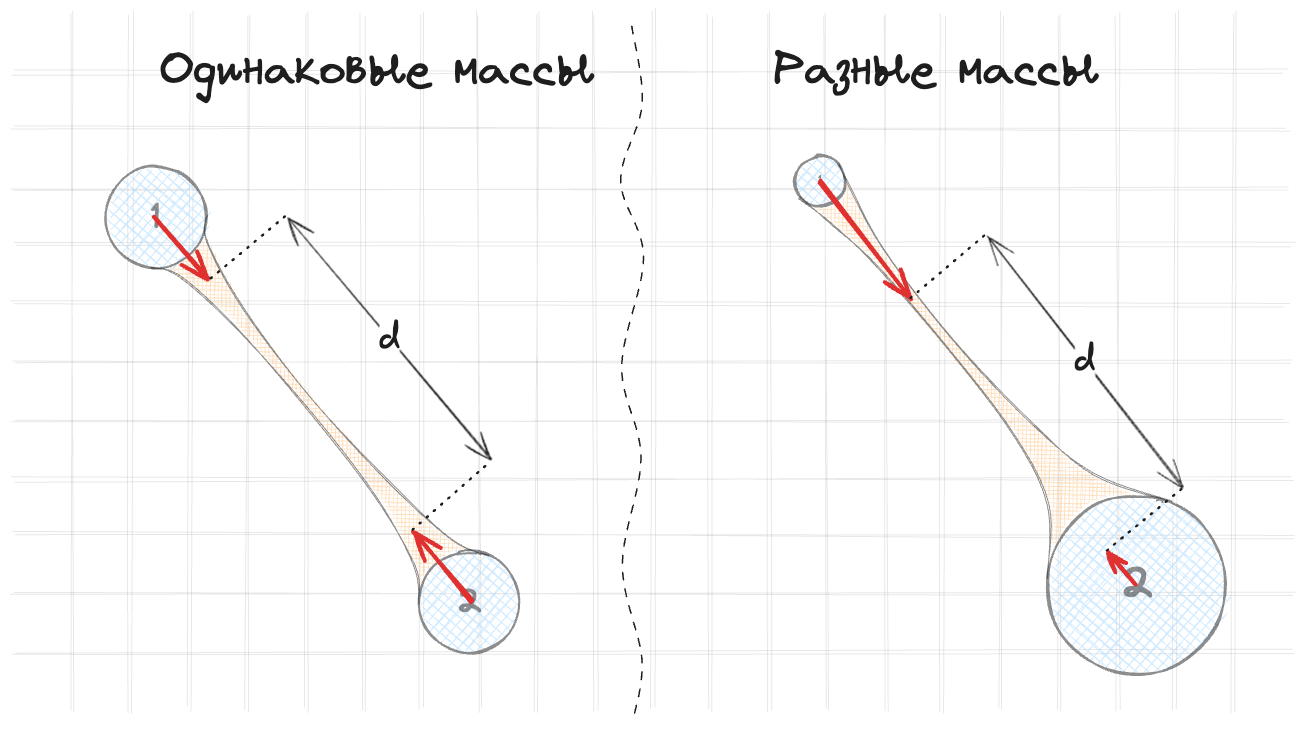
kozakromch/game_physics_2 keeps this Excalidraw diagram as assets/images/constraints/hitman/stretch_relax.excalidraw.png. Above is the earlier version. Source tidied: one line per element, renumbered; positions are measured from the earlier drawing's top-left corner, leaving out a move shared by most shapes.
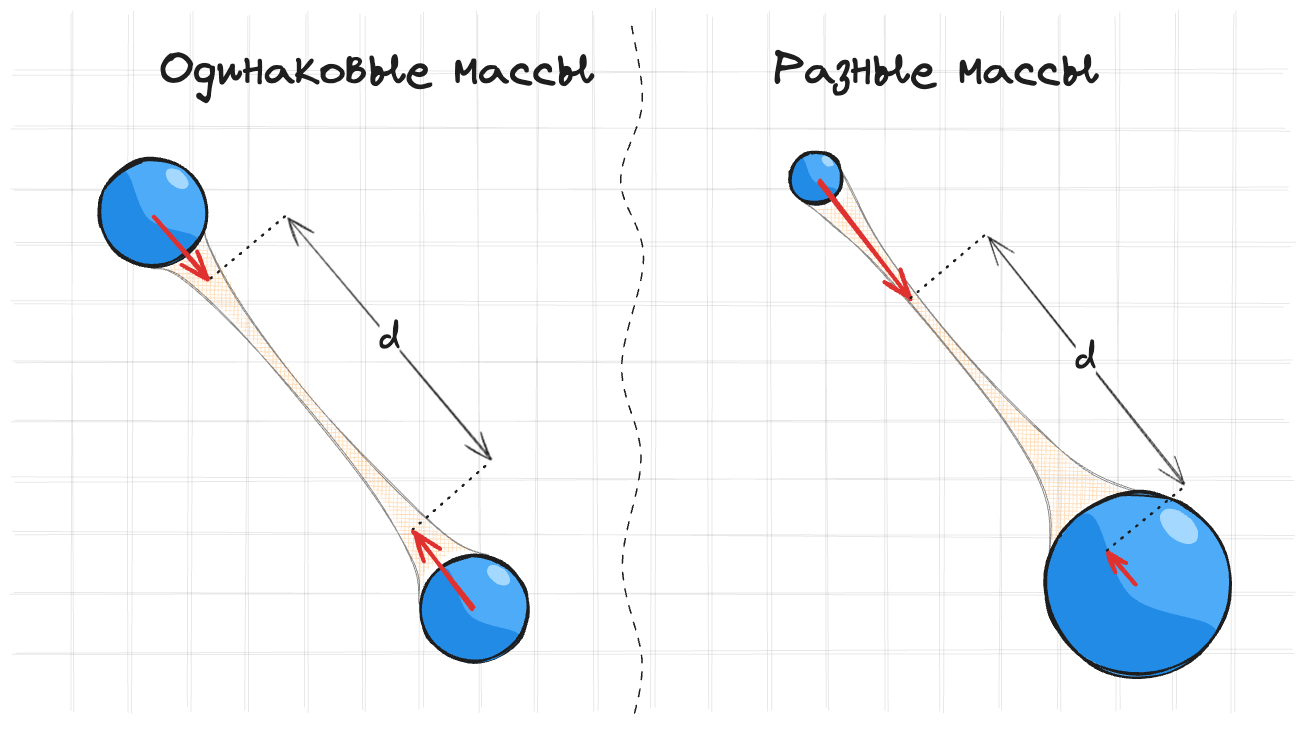
The same file after the commit.

Diff of the diagram source:
```diff
@@ -32,30 +32,38 @@
 {"id": 31, "type": "line", "strokeColor": "#1e1e1e", "angle": 1.57, "strokeWidth": 1, "roughness": 2, "opacity": 10, "round": true, "x": 697, "y": 335, "width": 697, "height": 0, "points": [[0, 0], [697, 0]]}
 {"id": 32, "type": "line", "strokeColor": "#1e1e1e", "angle": 1.57, "strokeWidth": 1, "roughness": 2, "opacity": 10, "round": true, "x": 987, "y": 335, "width": 696, "height": 0, "points": [[0, 0], [696, 0]]}
 {"id": 33, "type": "line", "strokeColor": "#1e1e1e", "strokeWidth": 1, "strokeStyle": "dashed", "roughness": 1, "round": true, "x": 908, "y": 0, "width": 21, "height": 693, "points": [[0, 0], [11, 77], [-11, 154], [11, 231], [-11, 339], [9, 431], [-11, 539], [11, 631], [0, 693]]}
-{"id": 34, "type": "ellipse", "strokeColor": "#1e1e1e", "backgroundColor": "#a5d8ff", "fillStyle": "cross-hatch", "strokeWidth": 2, "roughness": 1, "opacity": 50, "round": true, "x": 381, "y": 139, "width": 101, "height": 101}
-{"id": 35, "type": "text", "text": "1", "strokeColor": "#1e1e1e", "strokeWidth": 2, "roughness": 1, "opacity": 50, "fontSize": 36, "fontFamily": 1, "textAlign": "center", "verticalAlign": "middle", "inside": 34, "x": 427, "y": 168, "width": 10, "height": 45}
 {"id": 36, "type": "line", "strokeColor": "#1e1e1e", "strokeWidth": 1, "roughness": 1, "opacity": 50, "round": true, "x": 426, "y": 242, "width": 269, "height": 333, "points": [[0, 0], [30, 8], [85, 59], [158, 142], [224, 226], [264, 296], [269, 333]]}
-{"id": 37, "type": "ellipse", "strokeColor": "#1e1e1e", "backgroundColor": "#a5d8ff", "fillStyle": "cross-hatch", "strokeWidth": 2, "roughness": 1, "opacity": 50, "round": true, "x": 694, "y": 524, "width": 101, "height": 101}
-{"id": 38, "type": "text", "text": "2", "strokeColor": "#1e1e1e", "strokeWidth": 2, "roughness": 1, "opacity": 50, "fontSize": 36, "fontFamily": 1, "textAlign": "center", "verticalAlign": "middle", "inside": 37, "x": 732, "y": 553, "width": 26, "height": 45}
 {"id": 39, "type": "line", "strokeColor": "#1e1e1e", "angle": 0.25, "strokeWidth": 1, "roughness": 1, "opacity": 50, "round": true, "x": 803, "y": 488, "width": 357, "height": 258, "points": [[0, 0], [-40, -6], [-113, -47], [-211, -108], [-298, -178], [-351, -233], [-357, -258]]}
 {"id": 40, "type": "arrow", "strokeColor": "#1e1e1e", "backgroundColor": "#a5d8ff", "fillStyle": "cross-hatch", "strokeWidth": 1, "roughness": 1, "startArrowhead": "arrow", "endArrowhead": "arrow", "round": true, "x": 564, "y": 191, "width": 203, "height": 241, "points": [[0, 0], [203, 241]]}
 {"id": 41, "type": "text", "text": "d", "strokeColor": "#1e1e1e", "backgroundColor": "#a5d8ff", "fillStyle": "cross-hatch", "strokeWidth": 1, "strokeStyle": "dotted", "roughness": 1, "fontSize": 36, "fontFamily": 1, "textAlign": "center", "verticalAlign": "middle", "inside": 40, "x": 610, "y": 307, "width": 20, "height": 45}
-{"id": 42, "type": "arrow", "strokeColor": "#e03131", "strokeWidth": 4, "roughness": 1, "endArrowhead": "arrow", "round": true, "x": 749, "y": 574, "width": 59, "height": 68, "points": [[0, 0], [-59, -68]]}
-{"id": 43, "type": "arrow", "strokeColor": "#e03131", "strokeWidth": 4, "roughness": 1, "endArrowhead": "arrow", "round": true, "x": 430, "y": 189, "width": 54, "height": 63, "points": [[0, 0], [54, 63]]}
 {"id": 44, "type": "line", "strokeColor": "#1e1e1e", "backgroundColor": "#a5d8ff", "fillStyle": "cross-hatch", "strokeWidth": 2, "strokeStyle": "dotted", "roughness": 1, "round": true, "x": 487, "y": 252, "width": 75, "height": 62, "points": [[0, 0], [75, -62]]}
 {"id": 45, "type": "line", "strokeColor": "#1e1e1e", "backgroundColor": "#a5d8ff", "fillStyle": "cross-hatch", "strokeWidth": 2, "strokeStyle": "dotted", "roughness": 1, "round": true, "x": 688, "y": 502, "width": 80, "height": 67, "points": [[0, 0], [80, -67]]}
 {"id": 46, "type": "line", "strokeColor": "transparent", "angle": 0.88, "backgroundColor": "#ffa94d", "fillStyle": "cross-hatch", "strokeWidth": 1, "roughness": 1, "opacity": 40, "x": 1220, "y": 329, "width": 430, "height": 103, "points": [[0, 0], [89, -3], [165, -14], [203, -26], [236, -44], [213, -18], [206, 6], [207, 30], [221, 59], [183, 31], [101, 12], [-128, 11], [-195, 22], [-188, 15], [-184, 4], [-185, -8], [-194, -18], [-123, -2], [0, 0]]}
-{"id": 47, "type": "ellipse", "strokeColor": "#1e1e1e", "backgroundColor": "#a5d8ff", "fillStyle": "cross-hatch", "strokeWidth": 2, "roughness": 1, "opacity": 50, "round": true, "x": 1071, "y": 129, "width": 51, "height": 51}
-{"id": 48, "type": "text", "text": "1", "strokeColor": "#1e1e1e", "strokeWidth": 2, "roughness": 1, "opacity": 50, "fontSize": 15.1, "fontFamily": 1, "textAlign": "center", "verticalAlign": "middle", "inside": 47, "x": 1094, "y": 145, "width": 4, "height": 19}
 {"id": 49, "type": "line", "strokeColor": "#1e1e1e", "strokeWidth": 1, "roughness": 1, "opacity": 50, "round": true, "x": 1075, "y": 171, "width": 250, "height": 381, "points": [[0, 0], [32, 27], [77, 68], [149, 151], [214, 236], [250, 308], [247, 381]]}
-{"id": 50, "type": "ellipse", "strokeColor": "#1e1e1e", "backgroundColor": "#a5d8ff", "fillStyle": "cross-hatch", "strokeWidth": 2, "roughness": 1, "opacity": 50, "round": true, "x": 1323, "y": 469, "width": 179, "height": 179}
-{"id": 51, "type": "text", "text": "2", "strokeColor": "#1e1e1e", "strokeWidth": 2, "roughness": 1, "opacity": 50, "fontSize": 46.8, "fontFamily": 1, "textAlign": "center", "verticalAlign": "middle", "inside": 50, "x": 1396, "y": 529, "width": 33, "height": 58}
 {"id": 52, "type": "line", "strokeColor": "#1e1e1e", "angle": 0.25, "strokeWidth": 1, "roughness": 1, "opacity": 50, "round": true, "x": 1484, "y": 427, "width": 407, "height": 244, "points": [[0, 0], [-82, -6], [-156, -43], [-254, -104], [-342, -172], [-391, -229], [-407, -244]]}
+{"id": 61, "type": "ellipse", "strokeColor": "#1e1e1e", "angle": 4.84, "backgroundColor": "#4dabf7", "fillStyle": "solid", "strokeWidth": 2, "roughness": 1, "x": 1322, "y": 465, "width": 185, "height": 185}
+{"id": 62, "type": "line", "strokeColor": "transparent", "angle": 0.53, "backgroundColor": "#228be6", "fillStyle": "solid", "strokeWidth": 1, "roughness": 0, "round": true, "x": 1390, "y": 644, "width": 182, "height": 126, "points": [[0, 0], [-31, -9], [-54, -26], [-73, -54], [-79, -94], [-62, -126], [10, -76], [91, -91], [103, -80], [92, -46], [74, -22], [42, -4], [0, 0]]}
+{"id": 63, "type": "ellipse", "strokeColor": "#a5d8ff", "angle": 0.7, "backgroundColor": "#a5d8ff", "fillStyle": "solid", "strokeWidth": 1, "roughness": 1, "round": true, "x": 1434, "y": 487, "width": 43, "height": 24}
+{"id": 64, "type": "ellipse", "strokeColor": "#1e1e1e", "strokeWidth": 2, "roughness": 1, "round": true, "x": 1322, "y": 467, "width": 185, "height": 181}
-{"id": 53, "type": "arrow", "strokeColor": "#1e1e1e", "backgroundColor": "#a5d8ff", "fillStyle": "cross-hatch", "strokeWidth": 1, "roughness": 1, "startArrowhead": "arrow", "endArrowhead": "arrow", "round": true, "to": 50, "x": 1264, "y": 209, "width": 195, "height": 250, "points": [[0, 0], [195, 250]]}
+{"id": 53, "type": "arrow", "strokeColor": "#1e1e1e", "backgroundColor": "#a5d8ff", "fillStyle": "cross-hatch", "strokeWidth": 1, "roughness": 1, "startArrowhead": "arrow", "endArrowhead": "arrow", "round": true, "to": 61, "x": 1264, "y": 209, "width": 197, "height": 246, "points": [[0, 0], [197, 246]]}
 {"id": 54, "type": "text", "text": "d", "strokeColor": "#1e1e1e", "backgroundColor": "#a5d8ff", "fillStyle": "cross-hatch", "strokeWidth": 1, "strokeStyle": "dotted", "roughness": 1, "fontSize": 36, "fontFamily": 1, "textAlign": "center", "verticalAlign": "middle", "inside": 53, "x": 652, "y": 546, "width": 20, "height": 45}
+{"id": 65, "type": "ellipse", "strokeColor": "#1e1e1e", "angle": 4.84, "backgroundColor": "#4dabf7", "fillStyle": "solid", "strokeWidth": 2, "roughness": 1, "x": 1066, "y": 124, "width": 53, "height": 53}
+{"id": 66, "type": "line", "strokeColor": "transparent", "angle": 0.53, "backgroundColor": "#228be6", "fillStyle": "solid", "strokeWidth": 1, "roughness": 0, "round": true, "x": 1085, "y": 175, "width": 52, "height": 36, "points": [[0, 0], [-9, -2], [-15, -7], [-21, -15], [-22, -27], [-18, -36], [3, -22], [26, -26], [29, -23], [26, -13], [21, -6], [12, -1], [0, 0]]}
+{"id": 67, "type": "ellipse", "strokeColor": "#a5d8ff", "angle": 0.7, "backgroundColor": "#a5d8ff", "fillStyle": "solid", "strokeWidth": 1, "roughness": 1, "round": true, "x": 1098, "y": 131, "width": 12, "height": 7}
+{"id": 68, "type": "ellipse", "strokeColor": "#1e1e1e", "strokeWidth": 2, "roughness": 1, "round": true, "x": 1066, "y": 125, "width": 53, "height": 51}
 {"id": 55, "type": "arrow", "strokeColor": "#e03131", "strokeWidth": 4, "roughness": 1, "endArrowhead": "arrow", "round": true, "x": 1411, "y": 557, "width": 28, "height": 31, "points": [[0, 0], [-28, -31]]}
-{"id": 56, "type": "arrow", "strokeColor": "#e03131", "strokeWidth": 4, "roughness": 1, "endArrowhead": "arrow", "round": true, "x": 1096, "y": 155, "width": 91, "height": 117, "points": [[0, 0], [91, 117]]}
+{"id": 56, "type": "arrow", "strokeColor": "#e03131", "strokeWidth": 4, "roughness": 1, "endArrowhead": "arrow", "round": true, "x": 1095, "y": 155, "width": 91, "height": 117, "points": [[0, 0], [91, 117]]}
 {"id": 57, "type": "line", "strokeColor": "#1e1e1e", "backgroundColor": "#a5d8ff", "fillStyle": "cross-hatch", "strokeWidth": 2, "strokeStyle": "dotted", "roughness": 1, "round": true, "x": 1186, "y": 270, "width": 75, "height": 62, "points": [[0, 0], [75, -62]]}
 {"id": 58, "type": "line", "strokeColor": "#1e1e1e", "backgroundColor": "#a5d8ff", "fillStyle": "cross-hatch", "strokeWidth": 2, "strokeStyle": "dotted", "roughness": 1, "round": true, "x": 1382, "y": 524, "width": 80, "height": 67, "points": [[0, 0], [80, -67]]}
 {"id": 59, "type": "text", "text": "Одинаковые массы", "strokeColor": "#1e1e1e", "backgroundColor": "#b2f2bb", "fillStyle": "solid", "strokeWidth": 1, "roughness": 1, "fontSize": 46.64, "fontFamily": 1, "x": 436, "y": 15, "width": 434, "height": 58}
 {"id": 60, "type": "text", "text": "Разные массы", "strokeColor": "#1e1e1e", "backgroundColor": "#b2f2bb", "fillStyle": "solid", "strokeWidth": 1, "roughness": 1, "fontSize": 46.64, "fontFamily": 1, "x": 1050, "y": 15, "width": 325, "height": 58}
+{"id": 69, "type": "ellipse", "strokeColor": "#1e1e1e", "angle": 4.84, "backgroundColor": "#4dabf7", "fillStyle": "solid", "strokeWidth": 2, "roughness": 1, "x": 375, "y": 132, "width": 108, "height": 108}
+{"id": 70, "type": "line", "strokeColor": "transparent", "angle": 0.53, "backgroundColor": "#228be6", "fillStyle": "solid", "strokeWidth": 1, "roughness": 0, "round": true, "x": 415, "y": 236, "width": 106, "height": 73, "points": [[0, 0], [-18, -5], [-31, -15], [-42, -32], [-46, -55], [-36, -73], [6, -44], [53, -53], [60, -46], [54, -27], [43, -13], [25, -2], [0, 0]]}
+{"id": 71, "type": "ellipse", "strokeColor": "#a5d8ff", "angle": 0.7, "backgroundColor": "#a5d8ff", "fillStyle": "solid", "strokeWidth": 1, "roughness": 1, "round": true, "x": 441, "y": 145, "width": 25, "height": 14}
+{"id": 72, "type": "ellipse", "strokeColor": "#1e1e1e", "strokeWidth": 2, "roughness": 1, "round": true, "x": 375, "y": 133, "width": 108, "height": 105}
+{"id": 73, "type": "ellipse", "strokeColor": "#1e1e1e", "angle": 4.84, "backgroundColor": "#4dabf7", "fillStyle": "solid", "strokeWidth": 2, "roughness": 1, "x": 697, "y": 528, "width": 108, "height": 108}
+{"id": 74, "type": "line", "strokeColor": "transparent", "angle": 0.53, "backgroundColor": "#228be6", "fillStyle": "solid", "strokeWidth": 1, "roughness": 0, "round": true, "x": 736, "y": 632, "width": 106, "height": 73, "points": [[0, 0], [-18, -5], [-31, -15], [-42, -32], [-46, -55], [-36, -73], [6, -44], [53, -53], [60, -46], [54, -27], [43, -13], [25, -2], [0, 0]]}
+{"id": 75, "type": "ellipse", "strokeColor": "#a5d8ff", "angle": 0.7, "backgroundColor": "#a5d8ff", "fillStyle": "solid", "strokeWidth": 1, "roughness": 1, "round": true, "x": 762, "y": 541, "width": 25, "height": 14}
+{"id": 76, "type": "ellipse", "strokeColor": "#1e1e1e", "strokeWidth": 2, "roughness": 1, "round": true, "x": 697, "y": 529, "width": 108, "height": 105}
+{"id": 42, "type": "arrow", "strokeColor": "#e03131", "strokeWidth": 4, "roughness": 1, "endArrowhead": "arrow", "round": true, "x": 750, "y": 581, "width": 60, "height": 75, "points": [[0, 0], [-60, -75]]}
+{"id": 43, "type": "arrow", "strokeColor": "#e03131", "strokeWidth": 4, "roughness": 1, "endArrowhead": "arrow", "round": true, "x": 430, "y": 189, "width": 54, "height": 63, "points": [[0, 0], [54, 63]]}
```
